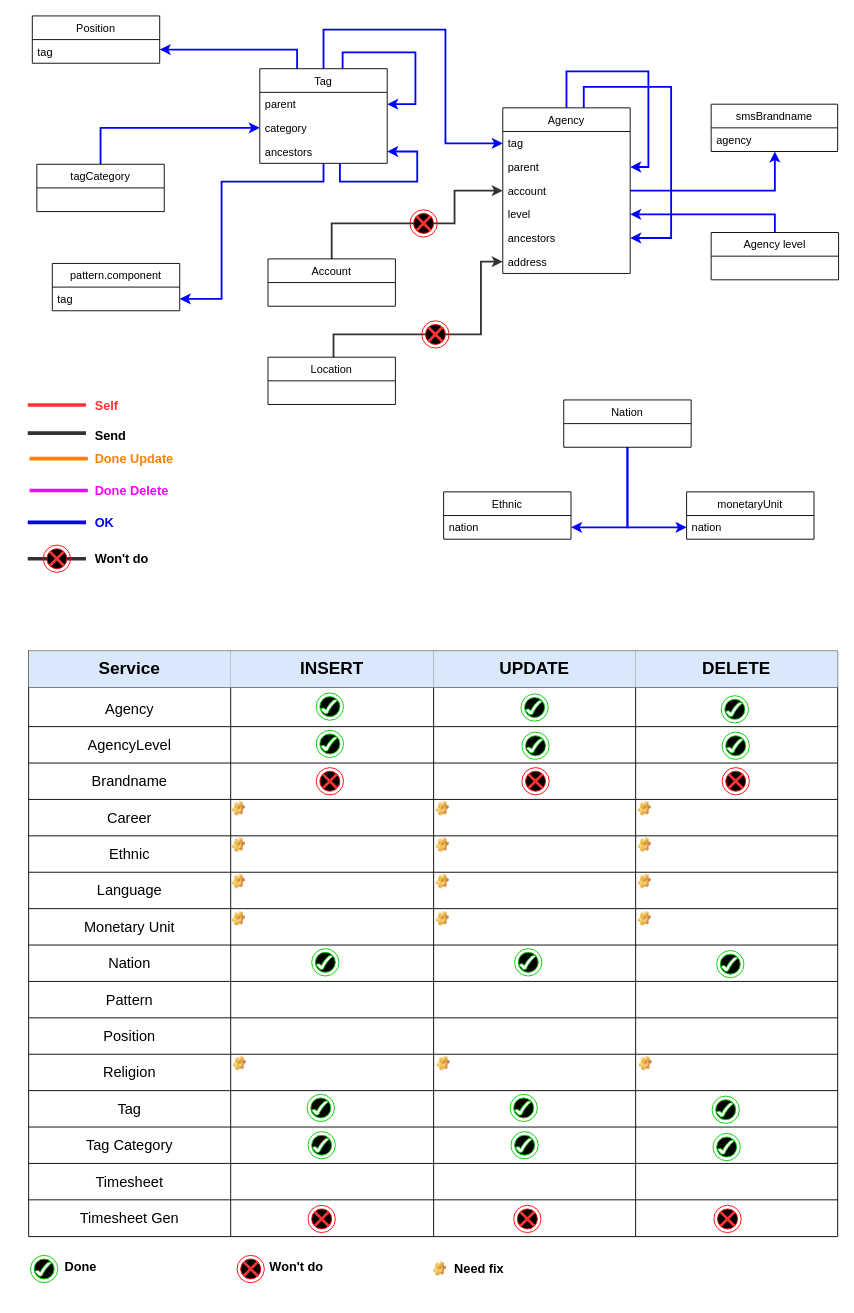
This is directory.drawio from mitgaming/drawio, a draw.io file, before an edit. Source tidied: cells renumbered, new cells numbered last; positions are measured from the earlier drawing's top-left corner, leaving out a move shared by most shapes. Both pictures are drawn from the tidied source at 91%, with x=0, y=0 at pixel (15, 15).
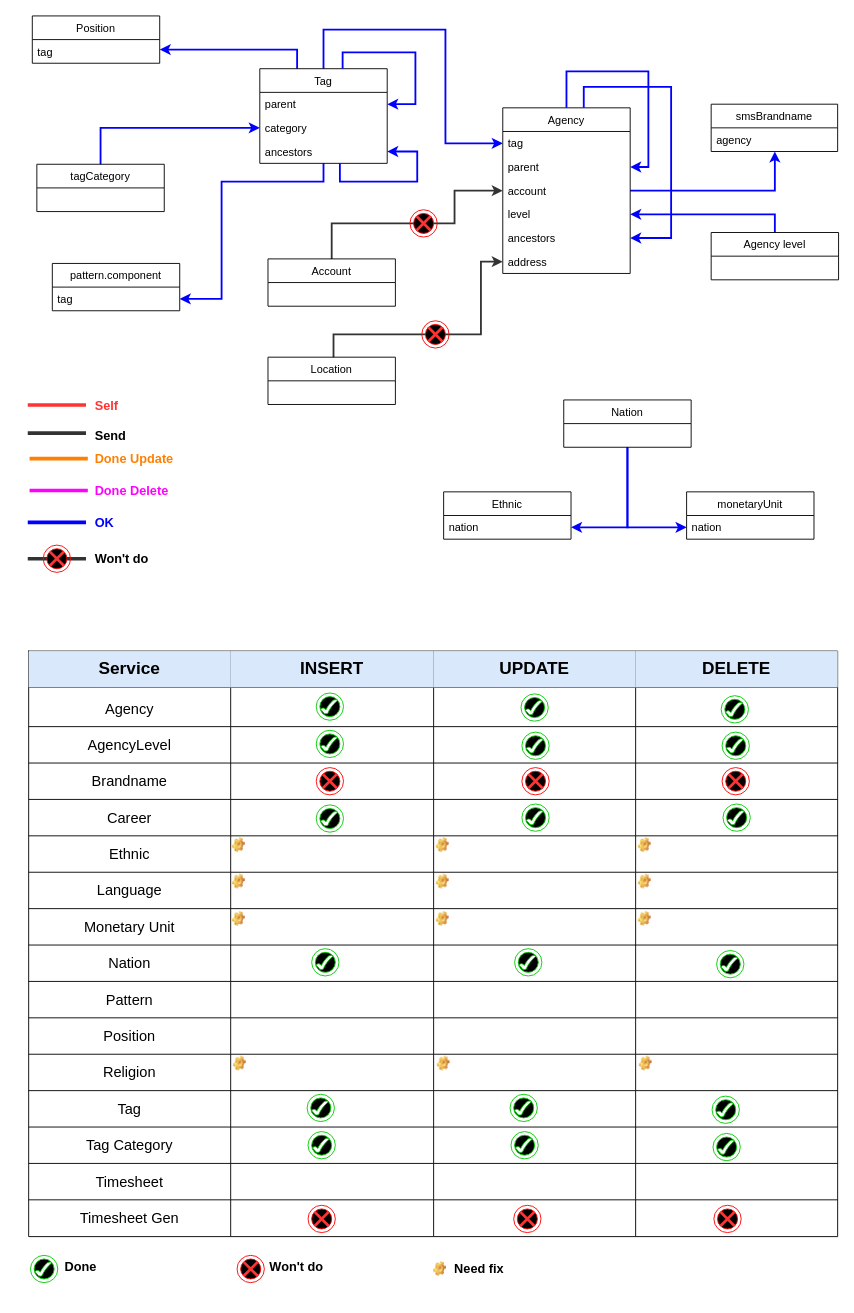
The same page after the edit.

Commit message (it also covers changes not shown here):
Cập nhật directory.drawio

The edit, as a diff of the source:
```diff
@@
-    <mxCell id="229" style="shape=image;html=1;verticalLabelPosition=bottom;verticalAlign=top;imageAspect=1;image=img/clipart/Gear_128x128.png;strokeColor=#00CC00;fillColor=none;fontSize=14;" parent="1" vertex="1">
-      <mxGeometry x="238" y="863" width="14" height="16.4" as="geometry" />
-    </mxCell>
-    <mxCell id="230" style="shape=image;html=1;verticalLabelPosition=bottom;verticalAlign=top;imageAspect=1;image=img/clipart/Gear_128x128.png;strokeColor=#00CC00;fillColor=none;fontSize=14;" parent="1" vertex="1">
-      <mxGeometry x="462" y="863" width="14" height="16.4" as="geometry" />
-    </mxCell>
-    <mxCell id="231" style="shape=image;html=1;verticalLabelPosition=bottom;verticalAlign=top;imageAspect=1;image=img/clipart/Gear_128x128.png;strokeColor=#00CC00;fillColor=none;fontSize=14;" parent="1" vertex="1">
-      <mxGeometry x="684" y="863" width="14" height="16.4" as="geometry" />
-    </mxCell>
@@
+    <mxCell id="297" style="group;" parent="1" vertex="1">
+      <mxGeometry x="314" y="851" width="62" height="62" as="geometry" />
+    </mxCell>
+    <mxCell id="298" style="whiteSpace=wrap;html=1;fontSize=14;strokeColor=none;fillColor=none;" parent="297" vertex="1">
+      <mxGeometry width="62" height="62" as="geometry" />
+    </mxCell>
+    <mxCell id="299" style="group;" parent="297" vertex="1">
+      <mxGeometry x="16" y="16" width="30" height="30" as="geometry" />
+    </mxCell>
+    <mxCell id="300" style="group;" parent="299" vertex="1">
+      <mxGeometry width="30" height="30" as="geometry" />
+    </mxCell>
+    <mxCell id="301" style="ellipse;html=1;shape=endState;fillColor=#000000;fontColor=#FF00FF;align=left;strokeColor=#00CC00;" parent="300" vertex="1">
+      <mxGeometry width="30" height="30" as="geometry" />
+    </mxCell>
+    <mxCell id="302" style="verticalLabelPosition=bottom;verticalAlign=top;html=1;shape=mxgraph.basic.tick;strokeColor=#00CC00;fillColor=#FFFFFF;fontSize=14;" parent="300" vertex="1">
+      <mxGeometry x="5" y="7.2" width="18.2" height="15.8" as="geometry" />
+    </mxCell>
+    <mxCell id="303" style="group;" parent="1" vertex="1">
+      <mxGeometry x="540" y="850" width="62" height="62" as="geometry" />
+    </mxCell>
+    <mxCell id="304" style="whiteSpace=wrap;html=1;fontSize=14;strokeColor=none;fillColor=none;" parent="303" vertex="1">
+      <mxGeometry width="62" height="62" as="geometry" />
+    </mxCell>
+    <mxCell id="305" style="group;" parent="303" vertex="1">
+      <mxGeometry x="16" y="16" width="30" height="30" as="geometry" />
+    </mxCell>
+    <mxCell id="306" style="group;" parent="305" vertex="1">
+      <mxGeometry width="30" height="30" as="geometry" />
+    </mxCell>
+    <mxCell id="307" style="ellipse;html=1;shape=endState;fillColor=#000000;fontColor=#FF00FF;align=left;strokeColor=#00CC00;" parent="306" vertex="1">
+      <mxGeometry width="30" height="30" as="geometry" />
+    </mxCell>
+    <mxCell id="308" style="verticalLabelPosition=bottom;verticalAlign=top;html=1;shape=mxgraph.basic.tick;strokeColor=#00CC00;fillColor=#FFFFFF;fontSize=14;" parent="306" vertex="1">
+      <mxGeometry x="5" y="7.2" width="18.2" height="15.8" as="geometry" />
+    </mxCell>
+    <mxCell id="309" style="group;" parent="1" vertex="1">
+      <mxGeometry x="761" y="850" width="62" height="62" as="geometry" />
+    </mxCell>
+    <mxCell id="310" style="whiteSpace=wrap;html=1;fontSize=14;strokeColor=none;fillColor=none;" parent="309" vertex="1">
+      <mxGeometry width="62" height="62" as="geometry" />
+    </mxCell>
+    <mxCell id="311" style="group;" parent="309" vertex="1">
+      <mxGeometry x="16" y="16" width="30" height="30" as="geometry" />
+    </mxCell>
+    <mxCell id="312" style="group;" parent="311" vertex="1">
+      <mxGeometry width="30" height="30" as="geometry" />
+    </mxCell>
+    <mxCell id="313" style="ellipse;html=1;shape=endState;fillColor=#000000;fontColor=#FF00FF;align=left;strokeColor=#00CC00;" parent="312" vertex="1">
+      <mxGeometry width="30" height="30" as="geometry" />
+    </mxCell>
+    <mxCell id="314" style="verticalLabelPosition=bottom;verticalAlign=top;html=1;shape=mxgraph.basic.tick;strokeColor=#00CC00;fillColor=#FFFFFF;fontSize=14;" parent="312" vertex="1">
+      <mxGeometry x="5" y="7.2" width="18.2" height="15.8" as="geometry" />
+    </mxCell>
```
